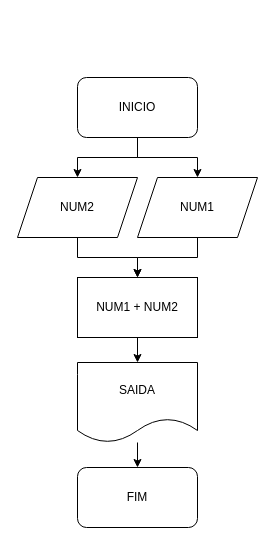
Before: Untitled Diagram.drawio in GutoLusilo/demo-repo, a draw.io diagram. Source tidied: cells renumbered, new cells numbered last; positions are measured from the earlier drawing's top-left corner, leaving out a move shared by most shapes. Both pictures are drawn from the tidied source at 100%, with x=0, y=0 at pixel (17, 77).
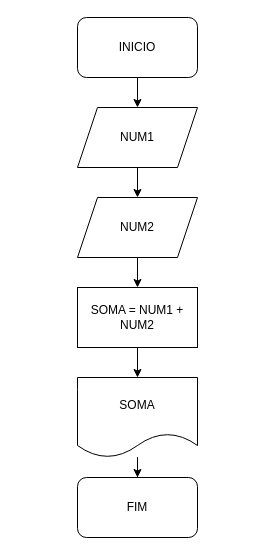
The same diagram, later.

Diff of the diagram source:
```diff
@@
 <mxGraphModel>
   <root>
     <mxCell id="0" />
     <mxCell id="1" parent="0" />
-    <mxCell id="2" style="edgeStyle=orthogonalEdgeStyle;rounded=0;jettySize=auto;html=1;" parent="1" edge="1" source="4" target="8">
-      <mxGeometry relative="1" as="geometry" />
-    </mxCell>
     <mxCell id="3" style="edgeStyle=orthogonalEdgeStyle;rounded=0;jettySize=auto;html=1;" parent="1" edge="1" source="4" target="6">
       <mxGeometry relative="1" as="geometry" />
     </mxCell>
     <mxCell id="4" value="INICIO" style="rounded=1;whiteSpace=wrap;html=1;" parent="1" vertex="1">
-      <mxGeometry x="60" width="120" height="60" as="geometry" />
+      <mxGeometry x="60" y="-60" width="120" height="60" as="geometry" />
     </mxCell>
-    <mxCell id="5" style="edgeStyle=orthogonalEdgeStyle;rounded=0;jettySize=auto;html=1;" parent="1" edge="1" source="6" target="10">
-      <mxGeometry relative="1" as="geometry" />
-    </mxCell>
+    <mxCell id="14" style="edgeStyle=orthogonalEdgeStyle;rounded=0;jettySize=auto;html=1;" parent="1" edge="1" source="6" target="8">
+      <mxGeometry relative="1" as="geometry" />
+    </mxCell>
     <mxCell id="6" value="NUM1" style="shape=parallelogram;perimeter=parallelogramPerimeter;whiteSpace=wrap;html=1;fixedSize=1;" parent="1" vertex="1">
-      <mxGeometry x="120" y="100" width="120" height="60" as="geometry" />
+      <mxGeometry x="60" y="30" width="120" height="60" as="geometry" />
     </mxCell>
     <mxCell id="7" style="edgeStyle=orthogonalEdgeStyle;rounded=0;jettySize=auto;html=1;" parent="1" edge="1" source="8" target="10">
       <mxGeometry relative="1" as="geometry" />
     </mxCell>
     <mxCell id="8" value="NUM2" style="shape=parallelogram;perimeter=parallelogramPerimeter;whiteSpace=wrap;html=1;fixedSize=1;" parent="1" vertex="1">
-      <mxGeometry y="100" width="120" height="60" as="geometry" />
+      <mxGeometry x="60" y="120" width="120" height="60" as="geometry" />
     </mxCell>
     <mxCell id="9" style="edgeStyle=orthogonalEdgeStyle;rounded=0;jettySize=auto;html=1;" parent="1" edge="1" source="10" target="12">
       <mxGeometry relative="1" as="geometry" />
     </mxCell>
-    <mxCell id="10" value="NUM1 + NUM2" style="rounded=0;whiteSpace=wrap;html=1;" parent="1" vertex="1">
-      <mxGeometry x="60" y="200" width="120" height="60" as="geometry" />
+    <mxCell id="10" value="SOMA = NUM1 + NUM2" style="rounded=0;whiteSpace=wrap;html=1;" parent="1" vertex="1">
+      <mxGeometry x="60" y="210" width="120" height="60" as="geometry" />
     </mxCell>
     <mxCell id="11" style="edgeStyle=orthogonalEdgeStyle;rounded=0;jettySize=auto;html=1;" parent="1" edge="1" source="12" target="13">
       <mxGeometry relative="1" as="geometry" />
     </mxCell>
-    <mxCell id="12" value="SAIDA" style="shape=document;whiteSpace=wrap;html=1;boundedLbl=1;" parent="1" vertex="1">
-      <mxGeometry x="60" y="285" width="120" height="80" as="geometry" />
+    <mxCell id="12" value="SOMA" style="shape=document;whiteSpace=wrap;html=1;boundedLbl=1;" parent="1" vertex="1">
+      <mxGeometry x="60" y="300" width="120" height="80" as="geometry" />
     </mxCell>
     <mxCell id="13" value="FIM" style="rounded=1;whiteSpace=wrap;html=1;" parent="1" vertex="1">
-      <mxGeometry x="60" y="390" width="120" height="60" as="geometry" />
+      <mxGeometry x="60" y="400" width="120" height="60" as="geometry" />
     </mxCell>
   </root>
 </mxGraphModel>
```
